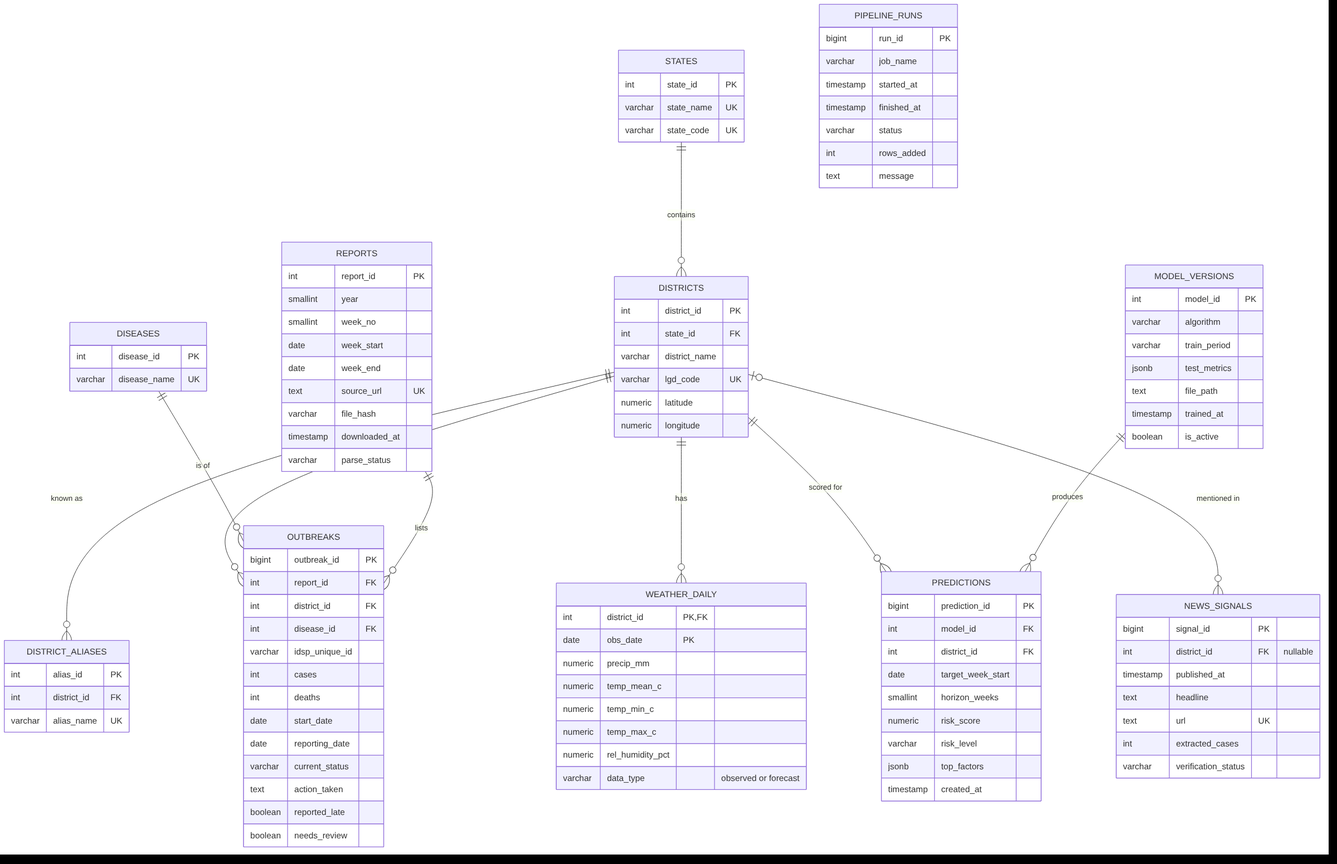
Dwijen03/denguewatch-india keeps this Mermaid diagram as docs/diagrams/er_diagram.png. Above is the earlier version. Its source is kept beside it as docs/diagrams/er_diagram.mmd. The source it was exported from:
```mermaid
erDiagram
  STATES ||--o{ DISTRICTS : contains
  DISTRICTS ||--o{ DISTRICT_ALIASES : "known as"
  DISTRICTS ||--o{ OUTBREAKS : reports
  DISEASES ||--o{ OUTBREAKS : "is of"
  REPORTS ||--o{ OUTBREAKS : lists
  DISTRICTS ||--o{ WEATHER_DAILY : has
  DISTRICTS ||--o{ PREDICTIONS : "scored for"
  MODEL_VERSIONS ||--o{ PREDICTIONS : produces
  DISTRICTS |o--o{ NEWS_SIGNALS : "mentioned in"

  STATES {
    int state_id PK
    varchar state_name UK
    varchar state_code UK
  }
  DISTRICTS {
    int district_id PK
    int state_id FK
    varchar district_name
    varchar lgd_code UK
    numeric latitude
    numeric longitude
  }
  DISTRICT_ALIASES {
    int alias_id PK
    int district_id FK
    varchar alias_name UK
  }
  DISEASES {
    int disease_id PK
    varchar disease_name UK
  }
  REPORTS {
    int report_id PK
    smallint year
    smallint week_no
    date week_start
    date week_end
    text source_url UK
    varchar file_hash
    timestamp downloaded_at
    varchar parse_status
  }
  OUTBREAKS {
    bigint outbreak_id PK
    int report_id FK
    int district_id FK
    int disease_id FK
    varchar idsp_unique_id
    int cases
    int deaths
    date start_date
    date reporting_date
    varchar current_status
    text action_taken
    boolean reported_late
    boolean needs_review
  }
  WEATHER_DAILY {
    int district_id PK,FK
    date obs_date PK
    numeric precip_mm
    numeric temp_mean_c
    numeric temp_min_c
    numeric temp_max_c
    numeric rel_humidity_pct
    varchar data_type "observed or forecast"
  }
  MODEL_VERSIONS {
    int model_id PK
    varchar algorithm
    varchar train_period
    jsonb test_metrics
    text file_path
    timestamp trained_at
    boolean is_active
  }
  PREDICTIONS {
    bigint prediction_id PK
    int model_id FK
    int district_id FK
    date target_week_start
    smallint horizon_weeks
    numeric risk_score
    varchar risk_level
    jsonb top_factors
    timestamp created_at
  }
  NEWS_SIGNALS {
    bigint signal_id PK
    int district_id FK "nullable"
    timestamp published_at
    text headline
    text url UK
    int extracted_cases
    varchar verification_status
  }
  PIPELINE_RUNS {
    bigint run_id PK
    varchar job_name
    timestamp started_at
    timestamp finished_at
    varchar status
    int rows_added
    text message
  }
```
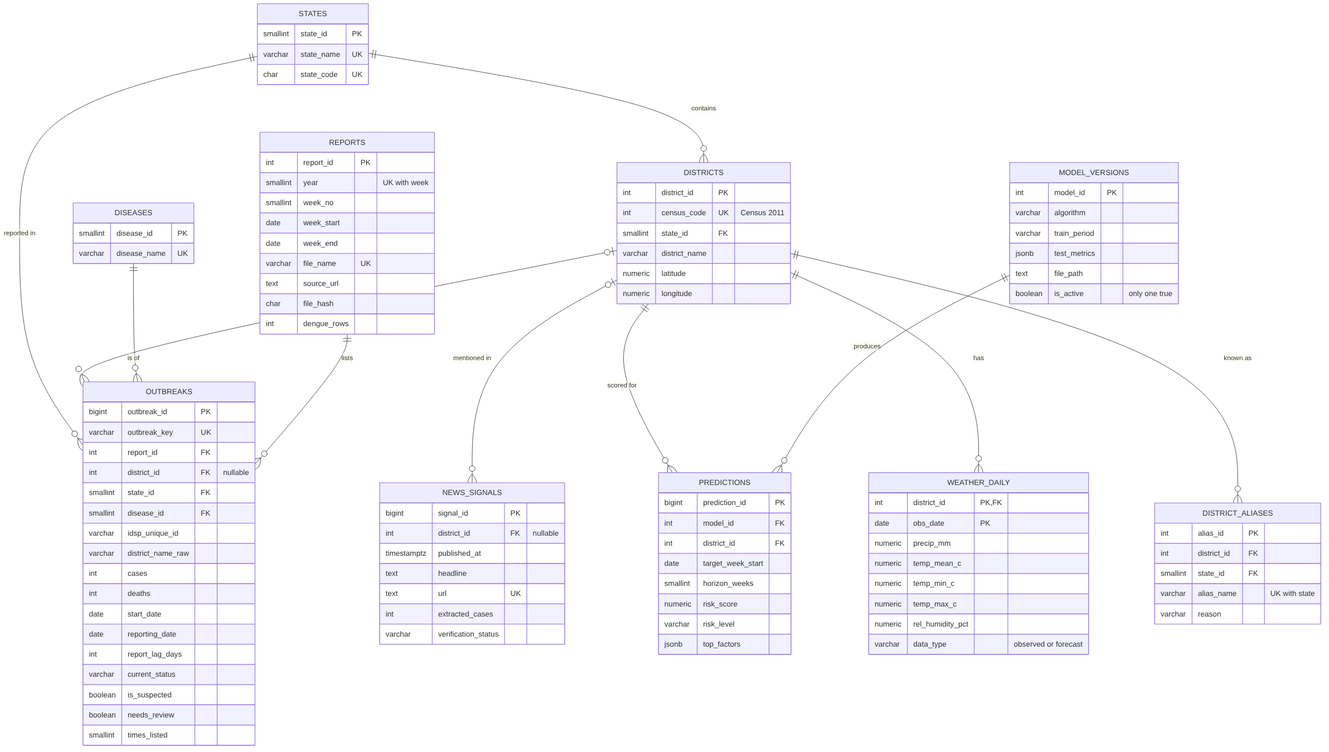
The same file after the commit.

Commit message:
Step 5: PostgreSQL schema, data loading and analytical queries

The edit, as a diff of the source:
```diff
@@ -1,7 +1,8 @@
 erDiagram
   STATES ||--o{ DISTRICTS : contains
   DISTRICTS ||--o{ DISTRICT_ALIASES : "known as"
-  DISTRICTS ||--o{ OUTBREAKS : reports
+  STATES ||--o{ OUTBREAKS : "reported in"
+  DISTRICTS |o--o{ OUTBREAKS : "occurs in"
   DISEASES ||--o{ OUTBREAKS : "is of"
   REPORTS ||--o{ OUTBREAKS : lists
   DISTRICTS ||--o{ WEATHER_DAILY : has
@@ -10,52 +11,58 @@
   DISTRICTS |o--o{ NEWS_SIGNALS : "mentioned in"
 
   STATES {
-    int state_id PK
+    smallint state_id PK
     varchar state_name UK
-    varchar state_code UK
+    char state_code UK
   }
   DISTRICTS {
     int district_id PK
-    int state_id FK
+    int census_code UK "Census 2011"
+    smallint state_id FK
     varchar district_name
-    varchar lgd_code UK
     numeric latitude
     numeric longitude
   }
   DISTRICT_ALIASES {
     int alias_id PK
     int district_id FK
-    varchar alias_name UK
+    smallint state_id FK
+    varchar alias_name "UK with state"
+    varchar reason
   }
   DISEASES {
-    int disease_id PK
+    smallint disease_id PK
     varchar disease_name UK
   }
   REPORTS {
     int report_id PK
-    smallint year
+    smallint year "UK with week"
     smallint week_no
     date week_start
     date week_end
-    text source_url UK
-    varchar file_hash
-    timestamp downloaded_at
-    varchar parse_status
+    varchar file_name UK
+    text source_url
+    char file_hash
+    int dengue_rows
   }
   OUTBREAKS {
     bigint outbreak_id PK
+    varchar outbreak_key UK
     int report_id FK
-    int district_id FK
-    int disease_id FK
+    int district_id FK "nullable"
+    smallint state_id FK
+    smallint disease_id FK
     varchar idsp_unique_id
+    varchar district_name_raw
     int cases
     int deaths
     date start_date
     date reporting_date
+    int report_lag_days
     varchar current_status
-    text action_taken
-    boolean reported_late
+    boolean is_suspected
     boolean needs_review
+    smallint times_listed
   }
   WEATHER_DAILY {
     int district_id PK,FK
@@ -73,8 +80,7 @@
     varchar train_period
     jsonb test_metrics
     text file_path
-    timestamp trained_at
-    boolean is_active
+    boolean is_active "only one true"
   }
   PREDICTIONS {
     bigint prediction_id PK
@@ -85,23 +91,13 @@
     numeric risk_score
     varchar risk_level
     jsonb top_factors
-    timestamp created_at
   }
   NEWS_SIGNALS {
     bigint signal_id PK
     int district_id FK "nullable"
-    timestamp published_at
+    timestamptz published_at
     text headline
     text url UK
     int extracted_cases
     varchar verification_status
   }
-  PIPELINE_RUNS {
-    bigint run_id PK
-    varchar job_name
-    timestamp started_at
-    timestamp finished_at
-    varchar status
-    int rows_added
-    text message
-  }
```
